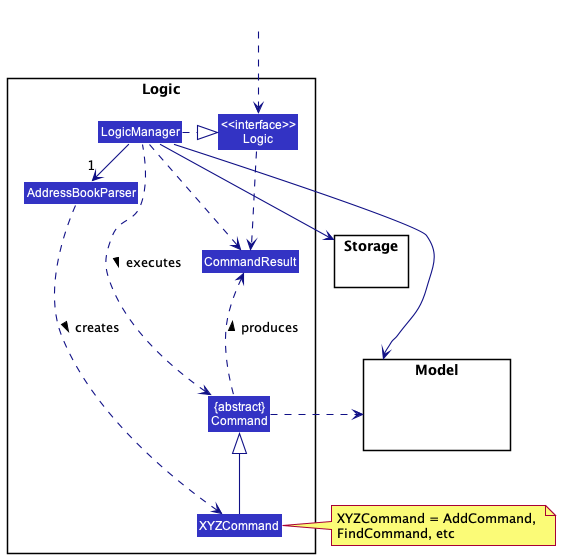
This is docs/images/LogicClassDiagram.png from nus-cs2103-AY2223S2/tp, a PlantUML export, as it was before one commit.
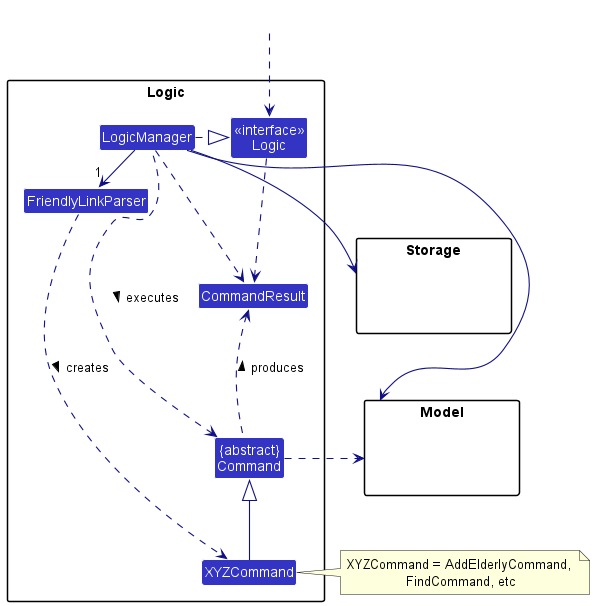
Above is the later version.

Commit message:
Update Logic section of DG

The edit, as a diff of the source:
```diff
@@ -6,13 +6,13 @@
 
 package Logic {
 
-Class AddressBookParser
+Class FriendlyLinkParser
 Class XYZCommand
 Class CommandResult
 Class "{abstract}\nCommand" as Command
 
 
-Class "<<interface>>\nLogic" as Logic
+Class "<<interface>>\nLogic" as LogicInterface
 Class LogicManager
 }
 
@@ -21,14 +21,15 @@
 }
 
 package Storage{
+Class HiddenModel #FFFFFF
 }
 
 Class HiddenOutside #FFFFFF
-HiddenOutside ..> Logic
+HiddenOutside ..> LogicInterface
 
-LogicManager .right.|> Logic
-LogicManager -right->"1" AddressBookParser
-AddressBookParser ..> XYZCommand : creates >
+LogicManager .right.|> LogicInterface
+LogicManager -right->"1" FriendlyLinkParser
+FriendlyLinkParser ..> XYZCommand : creates >
 
 XYZCommand -up-|> Command
 LogicManager .left.> Command : executes >
@@ -38,9 +39,9 @@
 Storage --[hidden] Model
 Command .[hidden]up.> Storage
 Command .right.> Model
-note right of XYZCommand: XYZCommand = AddCommand, \nFindCommand, etc
+note right of XYZCommand: XYZCommand = AddElderlyCommand, \nFindCommand, etc
 
-Logic ..> CommandResult
+LogicInterface ..> CommandResult
 LogicManager .down.> CommandResult
 Command .up.> CommandResult : produces >
 @enduml
```
